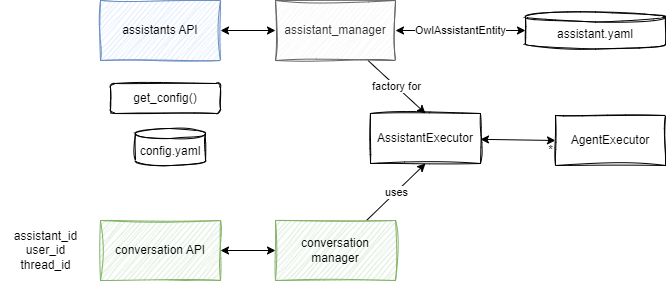
AthenaDecisionSystems/athena-owl-core keeps this draw.io diagram as docs/diagrams/assistant_mgr_class.drawio.png. Above is the earlier version. Source tidied: cells renumbered, new cells last; positions are measured from the earlier drawing's top-left corner, leaving out a move shared by most shapes.
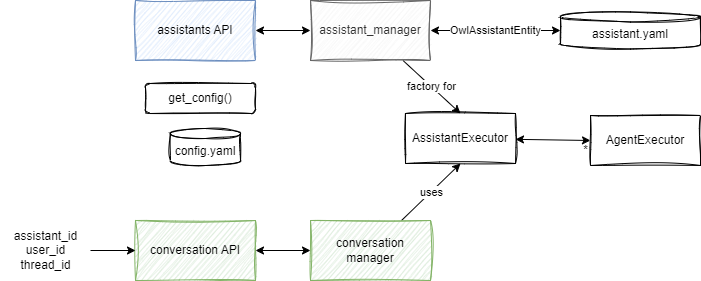
After the change.

Diff of the diagram source:
```diff
@@ -44,8 +44,11 @@
     <mxCell id="15" value="conversation manager" style="rounded=0;whiteSpace=wrap;html=1;fillColor=#d5e8d4;strokeColor=#82b366;sketch=1;curveFitting=1;jiggle=2;" parent="1" vertex="1">
       <mxGeometry x="275" y="220" width="120" height="60" as="geometry" />
     </mxCell>
+    <mxCell id="19" style="edgeStyle=none;html=1;entryX=0;entryY=0.5;entryDx=0;entryDy=0;" parent="1" edge="1" source="16" target="13">
+      <mxGeometry relative="1" as="geometry" />
+    </mxCell>
     <mxCell id="16" value="assistant_id&lt;br&gt;user_id&lt;br&gt;thread_id" style="text;html=1;align=center;verticalAlign=middle;points=[];strokeColor=none;fillColor=none;" parent="1" vertex="1">
-      <mxGeometry y="220" width="90" height="60" as="geometry" />
+      <mxGeometry x="-35" y="220" width="90" height="60" as="geometry" />
     </mxCell>
     <mxCell id="17" value="AgentExecutor" style="whiteSpace=wrap;html=1;sketch=1;curveFitting=1;jiggle=2;" parent="1" vertex="1">
       <mxGeometry x="555" y="115" width="110" height="50" as="geometry" />
```
